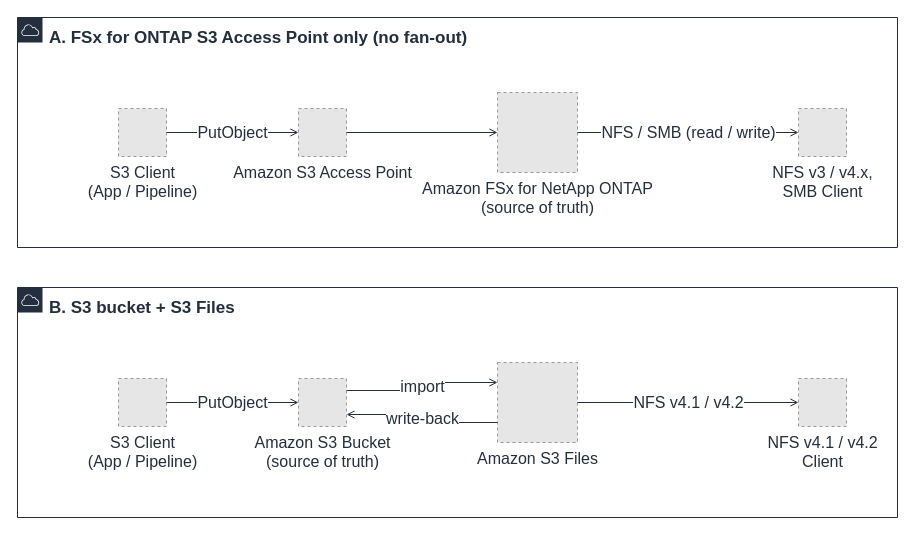
The draw.io diagram docs/_assets/diagrams/s3burst-single-site-options-en.drawio in Yoshiki0705/S3-Burst-on-ONTAP-Files, before the edit. Source tidied: cells renumbered, new cells numbered last; positions are measured from the earlier drawing's top-left corner, leaving out a move shared by most shapes. Both pictures are drawn from the tidied source at 100%, with x=0, y=0 at pixel (17, 17). Pictures stored in the file or linked from it are replaced by grey dashed boxes.
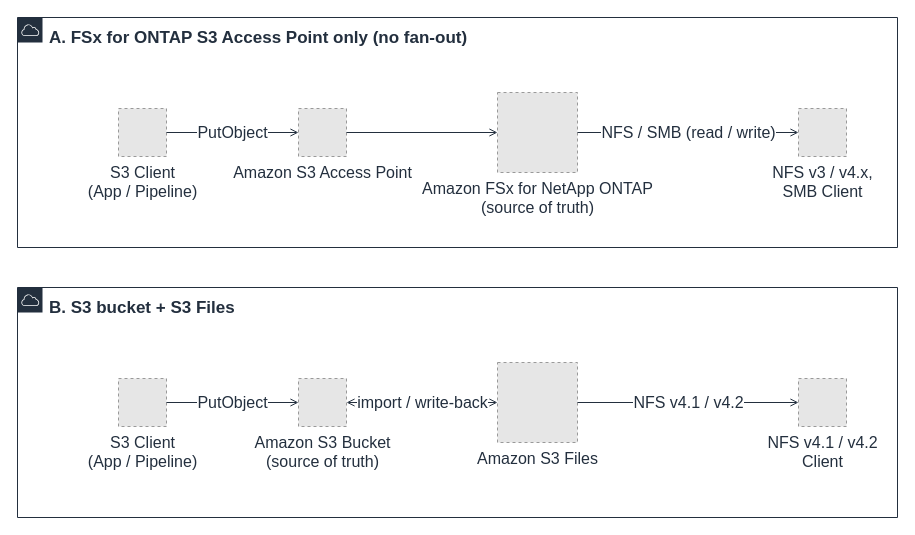
The same page after the edit.

What changed in the source:
```diff
@@
 <mxGraphModel>
   <root>
     <mxCell id="0" />
     <mxCell id="1" parent="0" />
     <mxCell id="2" value="A. FSx for ONTAP S3 Access Point only (no fan-out)" style="gradientColor=none;html=1;whiteSpace=wrap;fontSize=17;fontStyle=1;fontColor=#232F3E;shape=mxgraph.aws4.group;grIcon=mxgraph.aws4.group_aws_cloud;strokeColor=#232F3E;fillColor=none;verticalAlign=top;align=left;spacingLeft=30;spacingTop=4;dashed=0;" parent="1" vertex="1">
       <mxGeometry width="880" height="230" as="geometry" />
     </mxCell>
     <mxCell id="3" value="B. S3 bucket + S3 Files" style="gradientColor=none;html=1;whiteSpace=wrap;fontSize=17;fontStyle=1;fontColor=#232F3E;shape=mxgraph.aws4.group;grIcon=mxgraph.aws4.group_aws_cloud;strokeColor=#232F3E;fillColor=none;verticalAlign=top;align=left;spacingLeft=30;spacingTop=4;dashed=0;" parent="1" vertex="1">
       <mxGeometry y="270" width="880" height="230" as="geometry" />
     </mxCell>
     <mxCell id="4" value="S3 Client&#10;(App / Pipeline)" style="fillColor=#E6E6E6;strokeColor=#999999;dashed=1;html=1;verticalLabelPosition=bottom;verticalAlign=top;labelPosition=center;align=center;fontSize=16;fontColor=#232F3E;" parent="1" vertex="1">
       <mxGeometry x="101" y="91" width="48" height="48" as="geometry" />
     </mxCell>
     <mxCell id="5" value="Amazon S3 Access Point" style="fillColor=#E6E6E6;strokeColor=#999999;dashed=1;html=1;verticalLabelPosition=bottom;verticalAlign=top;labelPosition=center;align=center;fontSize=16;fontColor=#232F3E;" parent="1" vertex="1">
       <mxGeometry x="281" y="91" width="48" height="48" as="geometry" />
     </mxCell>
     <mxCell id="6" value="Amazon FSx for NetApp ONTAP&#10;(source of truth)" style="fillColor=#E6E6E6;strokeColor=#999999;dashed=1;html=1;verticalLabelPosition=bottom;verticalAlign=top;labelPosition=center;align=center;fontSize=16;fontColor=#232F3E;" parent="1" vertex="1">
       <mxGeometry x="480" y="75" width="80" height="80" as="geometry" />
     </mxCell>
     <mxCell id="7" value="NFS v3 / v4.x,&#10;SMB Client" style="fillColor=#E6E6E6;strokeColor=#999999;dashed=1;html=1;verticalLabelPosition=bottom;verticalAlign=top;labelPosition=center;align=center;fontSize=16;fontColor=#232F3E;" parent="1" vertex="1">
       <mxGeometry x="781" y="91" width="48" height="48" as="geometry" />
     </mxCell>
     <mxCell id="8" value="S3 Client&#10;(App / Pipeline)" style="fillColor=#E6E6E6;strokeColor=#999999;dashed=1;html=1;verticalLabelPosition=bottom;verticalAlign=top;labelPosition=center;align=center;fontSize=16;fontColor=#232F3E;" parent="1" vertex="1">
       <mxGeometry x="101" y="361" width="48" height="48" as="geometry" />
     </mxCell>
     <mxCell id="9" value="Amazon S3 Bucket&#10;(source of truth)" style="fillColor=#E6E6E6;strokeColor=#999999;dashed=1;html=1;verticalLabelPosition=bottom;verticalAlign=top;labelPosition=center;align=center;fontSize=16;fontColor=#232F3E;" parent="1" vertex="1">
       <mxGeometry x="281" y="361" width="48" height="48" as="geometry" />
     </mxCell>
     <mxCell id="10" value="Amazon S3 Files" style="fillColor=#E6E6E6;strokeColor=#999999;dashed=1;html=1;verticalLabelPosition=bottom;verticalAlign=top;labelPosition=center;align=center;fontSize=16;fontColor=#232F3E;" parent="1" vertex="1">
       <mxGeometry x="480" y="345" width="80" height="80" as="geometry" />
     </mxCell>
     <mxCell id="11" value="NFS v4.1 / v4.2&#10;Client" style="fillColor=#E6E6E6;strokeColor=#999999;dashed=1;html=1;verticalLabelPosition=bottom;verticalAlign=top;labelPosition=center;align=center;fontSize=16;fontColor=#232F3E;" parent="1" vertex="1">
       <mxGeometry x="781" y="361" width="48" height="48" as="geometry" />
     </mxCell>
     <mxCell id="12" value="PutObject" style="edgeStyle=orthogonalEdgeStyle;rounded=0;html=1;endArrow=open;endFill=0;strokeColor=#232F3E;strokeWidth=1;fontSize=16;fontColor=#232F3E;" parent="1" edge="1" source="4" target="5">
       <mxGeometry relative="1" as="geometry" />
     </mxCell>
     <mxCell id="13" style="edgeStyle=orthogonalEdgeStyle;rounded=0;html=1;endArrow=open;endFill=0;strokeColor=#232F3E;strokeWidth=1;fontSize=16;fontColor=#232F3E;" parent="1" edge="1" source="5" target="6">
       <mxGeometry relative="1" as="geometry" />
     </mxCell>
     <mxCell id="14" value="NFS / SMB (read / write)" style="edgeStyle=orthogonalEdgeStyle;rounded=0;html=1;endArrow=open;endFill=0;strokeColor=#232F3E;strokeWidth=1;fontSize=16;fontColor=#232F3E;" parent="1" edge="1" source="6" target="7">
       <mxGeometry relative="1" as="geometry" />
     </mxCell>
     <mxCell id="15" value="PutObject" style="edgeStyle=orthogonalEdgeStyle;rounded=0;html=1;endArrow=open;endFill=0;strokeColor=#232F3E;strokeWidth=1;fontSize=16;fontColor=#232F3E;" parent="1" edge="1" source="8" target="9">
       <mxGeometry relative="1" as="geometry" />
     </mxCell>
-    <mxCell id="16" value="import" style="edgeStyle=orthogonalEdgeStyle;rounded=0;html=1;endArrow=open;endFill=0;strokeColor=#232F3E;strokeWidth=1;fontSize=16;fontColor=#232F3E;exitX=1;exitY=0.25;exitDx=0;exitDy=0;entryX=0;entryY=0.25;entryDx=0;entryDy=0;" parent="1" edge="1" source="9" target="10">
+    <mxCell id="16" value="import / write-back" style="edgeStyle=orthogonalEdgeStyle;rounded=0;html=1;endArrow=open;endFill=0;strokeColor=#232F3E;strokeWidth=1;fontSize=16;fontColor=#232F3E;startArrow=open;startFill=0;" parent="1" edge="1" source="9" target="10">
       <mxGeometry relative="1" as="geometry" />
     </mxCell>
-    <mxCell id="17" value="write-back" style="edgeStyle=orthogonalEdgeStyle;rounded=0;html=1;endArrow=open;endFill=0;strokeColor=#232F3E;strokeWidth=1;fontSize=16;fontColor=#232F3E;exitX=0;exitY=0.75;exitDx=0;exitDy=0;entryX=1;entryY=0.75;entryDx=0;entryDy=0;" parent="1" edge="1" source="10" target="9">
-      <mxGeometry relative="1" as="geometry" />
-    </mxCell>
     <mxCell id="18" value="NFS v4.1 / v4.2" style="edgeStyle=orthogonalEdgeStyle;rounded=0;html=1;endArrow=open;endFill=0;strokeColor=#232F3E;strokeWidth=1;fontSize=16;fontColor=#232F3E;" parent="1" edge="1" source="10" target="11">
       <mxGeometry relative="1" as="geometry" />
     </mxCell>
   </root>
 </mxGraphModel>
```
